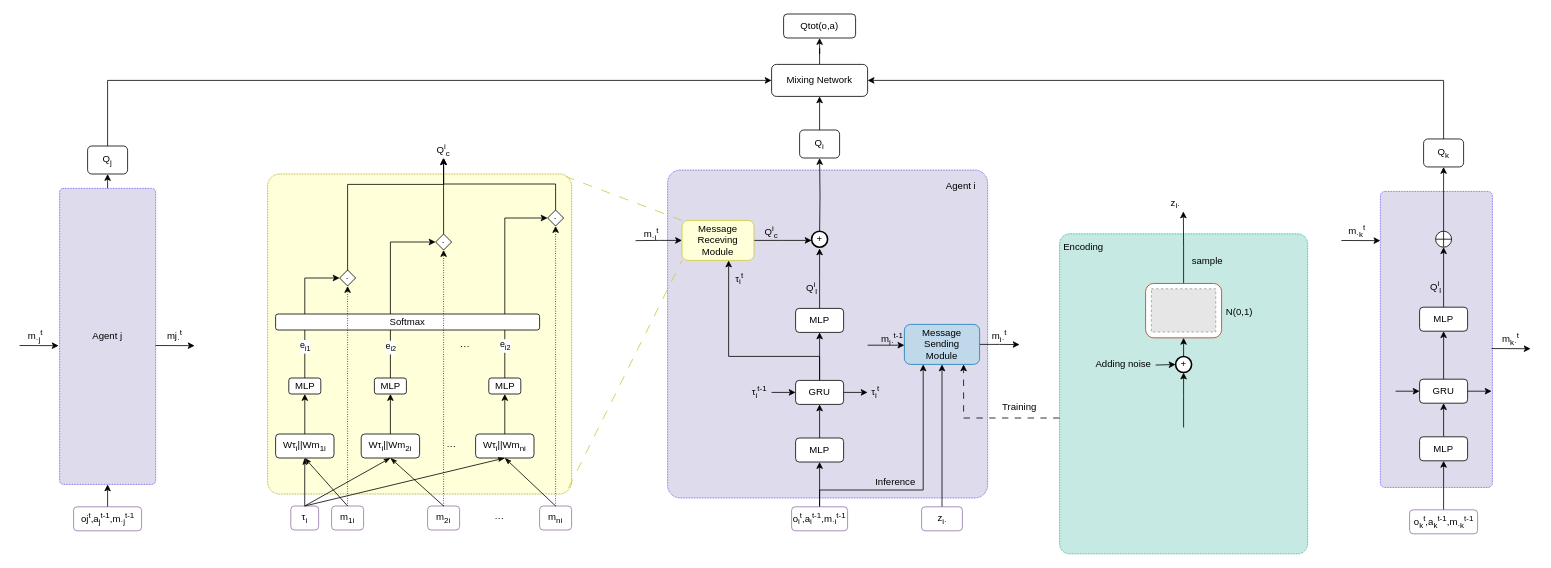
The draw.io diagram network.drawio in fan-zine/drawio, before the edit. Source tidied: cells renumbered, new cells numbered last; positions are measured from the earlier drawing's top-left corner, leaving out a move shared by most shapes. Both pictures are drawn from the tidied source at 80%, with x=0, y=0 at pixel (19, 14). Pictures stored in the file or linked from it are replaced by grey dashed boxes.
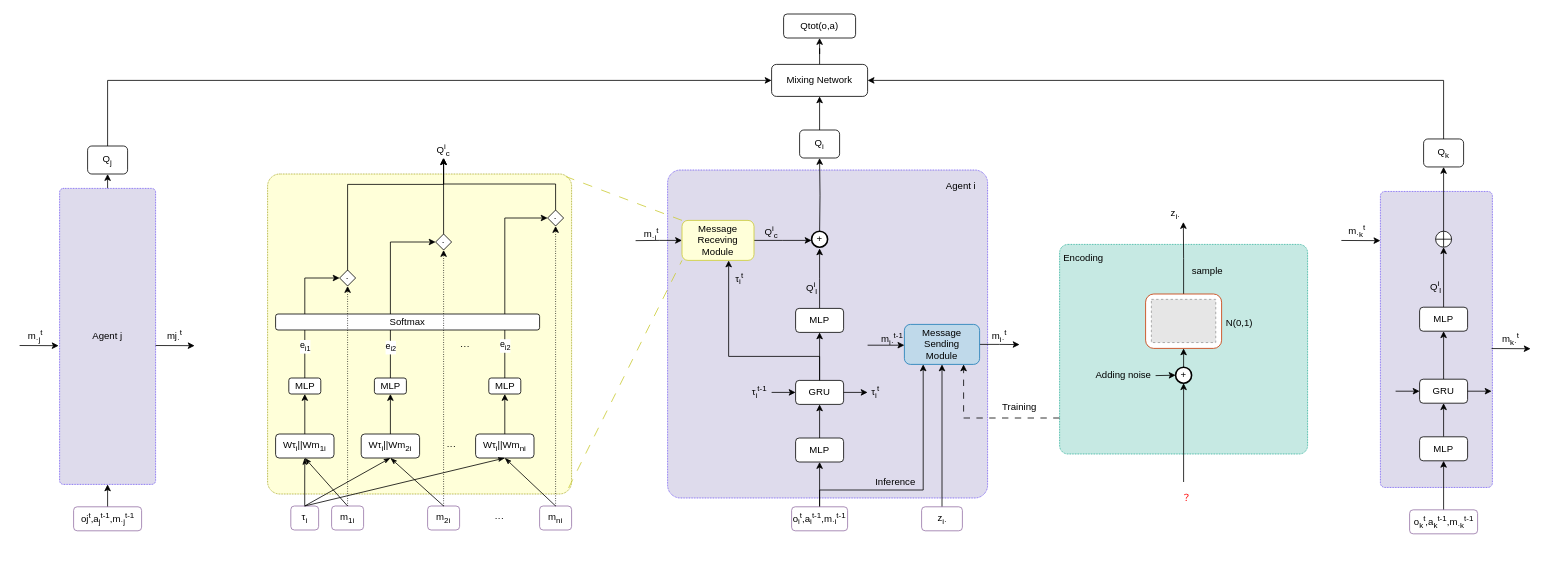
Above is the later version.

What changed in the source:
```diff
@@
     <mxCell id="2" style="rounded=1;whiteSpace=wrap;html=1;strokeColor=#0ba289;align=center;verticalAlign=middle;fontFamily=Helvetica;fontSize=12;fillColor=#c6e9e3;shadow=0;glass=0;arcSize=4;dashed=1;dashPattern=1 1;" parent="1" vertex="1">
-      <mxGeometry x="1300" y="274.8" width="310" height="400" as="geometry" />
+      <mxGeometry x="1300" y="288" width="310" height="262" as="geometry" />
     </mxCell>
@@
     <mxCell id="100" value="Encoding" style="text;html=1;align=center;verticalAlign=middle;whiteSpace=wrap;rounded=0;fontFamily=Helvetica;fontSize=12;fontColor=default;" parent="1" vertex="1">
-      <mxGeometry x="1300" y="276.8" width="60" height="30" as="geometry" />
+      <mxGeometry x="1300" y="290" width="60" height="30" as="geometry" />
     </mxCell>
@@
     <mxCell id="112" style="edgeStyle=orthogonalEdgeStyle;rounded=0;jettySize=auto;html=1;exitX=0.5;exitY=0;exitDx=0;exitDy=0;fontFamily=Helvetica;fontSize=12;fontColor=default;" parent="1" edge="1" source="113">
       <mxGeometry relative="1" as="geometry">
-        <mxPoint x="1454.7" y="246.8" as="targetPoint" />
+        <mxPoint x="1454.7" y="260" as="targetPoint" />
       </mxGeometry>
     </mxCell>
     <mxCell id="113" style="rounded=1;whiteSpace=wrap;html=1;strokeColor=#C73500;align=center;verticalAlign=middle;fontFamily=Helvetica;fontSize=12;fillColor=default;fontColor=#000000;" parent="1" vertex="1">
-      <mxGeometry x="1407.5" y="336.8" width="95" height="68" as="geometry" />
+      <mxGeometry x="1407.5" y="350" width="95" height="68" as="geometry" />
     </mxCell>
     <mxCell id="114" style="fillColor=#E6E6E6;strokeColor=#999999;dashed=1;verticalLabelPosition=bottom;labelBackgroundColor=default;verticalAlign=top;" parent="1" vertex="1">
-      <mxGeometry x="1414.7" y="343.5" width="80.5" height="54" as="geometry" />
+      <mxGeometry x="1414.7" y="356.7" width="80.5" height="54" as="geometry" />
     </mxCell>
     <mxCell id="115" value="N(0,1)" style="text;html=1;align=center;verticalAlign=middle;whiteSpace=wrap;rounded=0;fontFamily=Helvetica;fontSize=12;fontColor=default;" parent="1" vertex="1">
-      <mxGeometry x="1495.3" y="358.2" width="60" height="30" as="geometry" />
+      <mxGeometry x="1495.3" y="371.5" width="60" height="30" as="geometry" />
     </mxCell>
@@
     <mxCell id="118" value="&amp;nbsp;+&amp;nbsp;" style="ellipse;whiteSpace=wrap;html=1;strokeColor=default;align=center;verticalAlign=middle;fontFamily=Helvetica;fontSize=12;fontColor=default;fillColor=default;strokeWidth=2;" parent="1" vertex="1">
-      <mxGeometry x="1445" y="428.2" width="20" height="20" as="geometry" />
+      <mxGeometry x="1445" y="441.5" width="20" height="20" as="geometry" />
     </mxCell>
     <mxCell id="119" style="endArrow=classic;html=1;rounded=0;fontFamily=Helvetica;fontSize=12;fontColor=default;entryX=0;entryY=0.5;entryDx=0;entryDy=0;" parent="1" edge="1" target="118">
       <mxGeometry relative="1" as="geometry">
-        <mxPoint x="1420" y="438.8" as="sourcePoint" />
+        <mxPoint x="1420" y="452" as="sourcePoint" />
       </mxGeometry>
     </mxCell>
     <mxCell id="120" value="Adding noise" style="text;html=1;align=center;verticalAlign=middle;whiteSpace=wrap;rounded=0;fontFamily=Helvetica;fontSize=12;fontColor=default;" parent="1" vertex="1">
-      <mxGeometry x="1340" y="423.2" width="80" height="30" as="geometry" />
+      <mxGeometry x="1340" y="436.5" width="80" height="30" as="geometry" />
     </mxCell>
     <mxCell id="121" value="sample" style="text;html=1;align=center;verticalAlign=middle;whiteSpace=wrap;rounded=0;fontFamily=Helvetica;fontSize=12;fontColor=default;" parent="1" vertex="1">
-      <mxGeometry x="1460" y="293.5" width="50" height="30" as="geometry" />
+      <mxGeometry x="1460" y="306.7" width="50" height="30" as="geometry" />
     </mxCell>
     <mxCell id="122" value="z&lt;sub&gt;i·&lt;/sub&gt;" style="text;html=1;align=center;verticalAlign=middle;whiteSpace=wrap;rounded=0;fontFamily=Helvetica;fontSize=12;fontColor=default;" parent="1" vertex="1">
-      <mxGeometry x="1414.7" y="221.8" width="60" height="30" as="geometry" />
+      <mxGeometry x="1414.7" y="235" width="60" height="30" as="geometry" />
     </mxCell>
     <mxCell id="123" style="endArrow=classic;html=1;rounded=0;fontFamily=Helvetica;fontSize=12;fontColor=default;entryX=0.5;entryY=1;entryDx=0;entryDy=0;" parent="1" edge="1" target="118">
       <mxGeometry relative="1" as="geometry">
-        <mxPoint x="1455" y="516.8" as="sourcePoint" />
+        <mxPoint x="1455" y="585" as="sourcePoint" />
         <Array as="points">
-          <mxPoint x="1455" y="476.8" />
+          <mxPoint x="1455" y="490" />
         </Array>
       </mxGeometry>
     </mxCell>
@@
+    <mxCell id="127" value="&lt;font color=&quot;#ff0000&quot;&gt;？&lt;/font&gt;" style="text;html=1;align=center;verticalAlign=middle;whiteSpace=wrap;rounded=0;fontFamily=Helvetica;fontSize=12;fontColor=default;" parent="1" vertex="1">
+      <mxGeometry x="1429.3" y="589.8" width="60" height="30" as="geometry" />
+    </mxCell>
```
